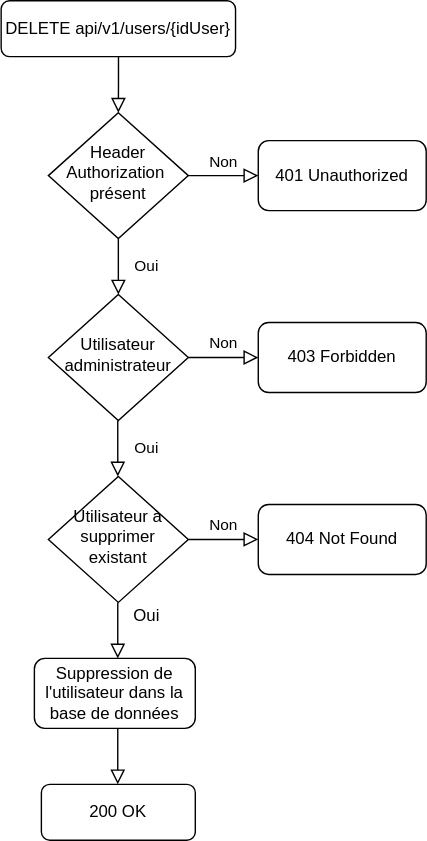
Above: documentation/diagram/drawio/flowchartDeleteOneUser.svg in jonathanboreljaquet/bj-travail-diplome-2021 (draw.io), before the change. Source tidied: cells renumbered, new cells last; positions are measured from the earlier drawing's top-left corner, leaving out a move shared by most shapes.
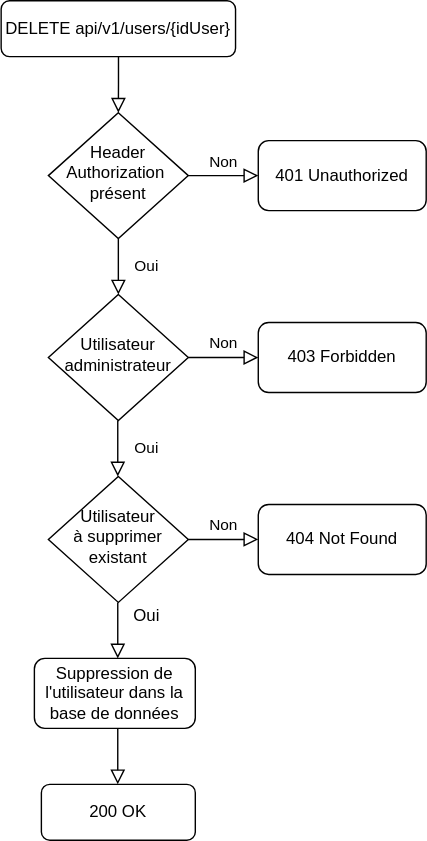
The same file after the commit.

The edit, as a diff of the source:
```diff
@@ -40,7 +40,7 @@
     <mxCell id="12" value="403 Forbidden" style="rounded=1;whiteSpace=wrap;html=1;fontSize=12;glass=0;strokeWidth=1;shadow=0;" parent="1" vertex="1">
       <mxGeometry x="184" y="230" width="120" height="50" as="geometry" />
     </mxCell>
-    <mxCell id="13" value="Utilisateur à supprimer&lt;br&gt;existant" style="rhombus;whiteSpace=wrap;html=1;shadow=0;fontFamily=Helvetica;fontSize=12;align=center;strokeWidth=1;spacing=6;spacingTop=-4;" parent="1" vertex="1">
+    <mxCell id="13" value="Utilisateur &lt;br&gt;à supprimer&lt;br&gt;existant" style="rhombus;whiteSpace=wrap;html=1;shadow=0;fontFamily=Helvetica;fontSize=12;align=center;strokeWidth=1;spacing=6;spacingTop=-4;" parent="1" vertex="1">
       <mxGeometry x="34" y="340" width="100" height="90" as="geometry" />
     </mxCell>
     <mxCell id="14" value="Non" style="edgeStyle=orthogonalEdgeStyle;rounded=0;html=1;jettySize=auto;fontSize=11;endArrow=block;endFill=0;endSize=8;strokeWidth=1;shadow=0;labelBackgroundColor=none;" parent="1" edge="1" target="15">
```
